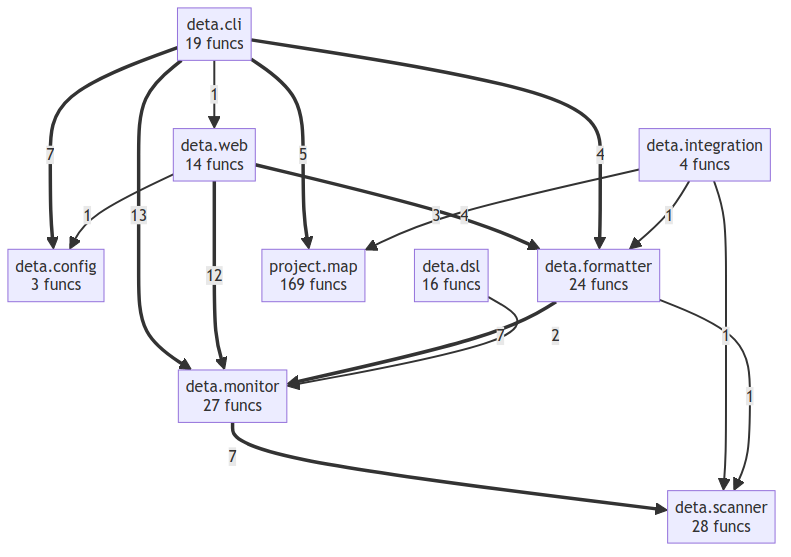
This is project/compact_flow.png from semcod/deta, a Mermaid export, as it was before one commit. Its source is kept beside it as project/compact_flow.mmd.
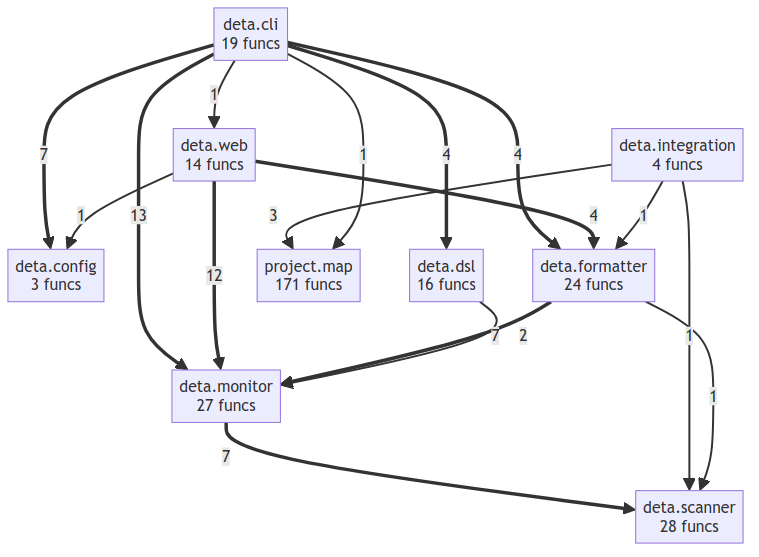
After the change.

Change to the diagram source:
```diff
@@ -7,19 +7,20 @@
     deta__monitor["deta.monitor<br/>27 funcs"]
     deta__scanner["deta.scanner<br/>28 funcs"]
     deta__web["deta.web<br/>14 funcs"]
-    project__map["project.map<br/>169 funcs"]
+    project__map["project.map<br/>171 funcs"]
     deta__cli ==>|13| deta__monitor
     deta__web ==>|12| deta__monitor
+    deta__cli ==>|7| deta__config
     deta__monitor ==>|7| deta__scanner
     deta__formatter ==>|7| deta__monitor
-    deta__cli ==>|7| deta__config
-    deta__cli ==>|5| project__map
+    deta__cli ==>|4| deta__formatter
+    deta__cli ==>|4| deta__dsl
     deta__web ==>|4| deta__formatter
-    deta__cli ==>|4| deta__formatter
     deta__integration -->|3| project__map
     deta__dsl -->|2| deta__monitor
+    deta__cli -->|1| project__map
+    deta__cli -->|1| deta__web
     deta__web -->|1| deta__config
     deta__integration -->|1| deta__formatter
     deta__integration -->|1| deta__scanner
     deta__formatter -->|1| deta__scanner
-    deta__cli -->|1| deta__web
```
